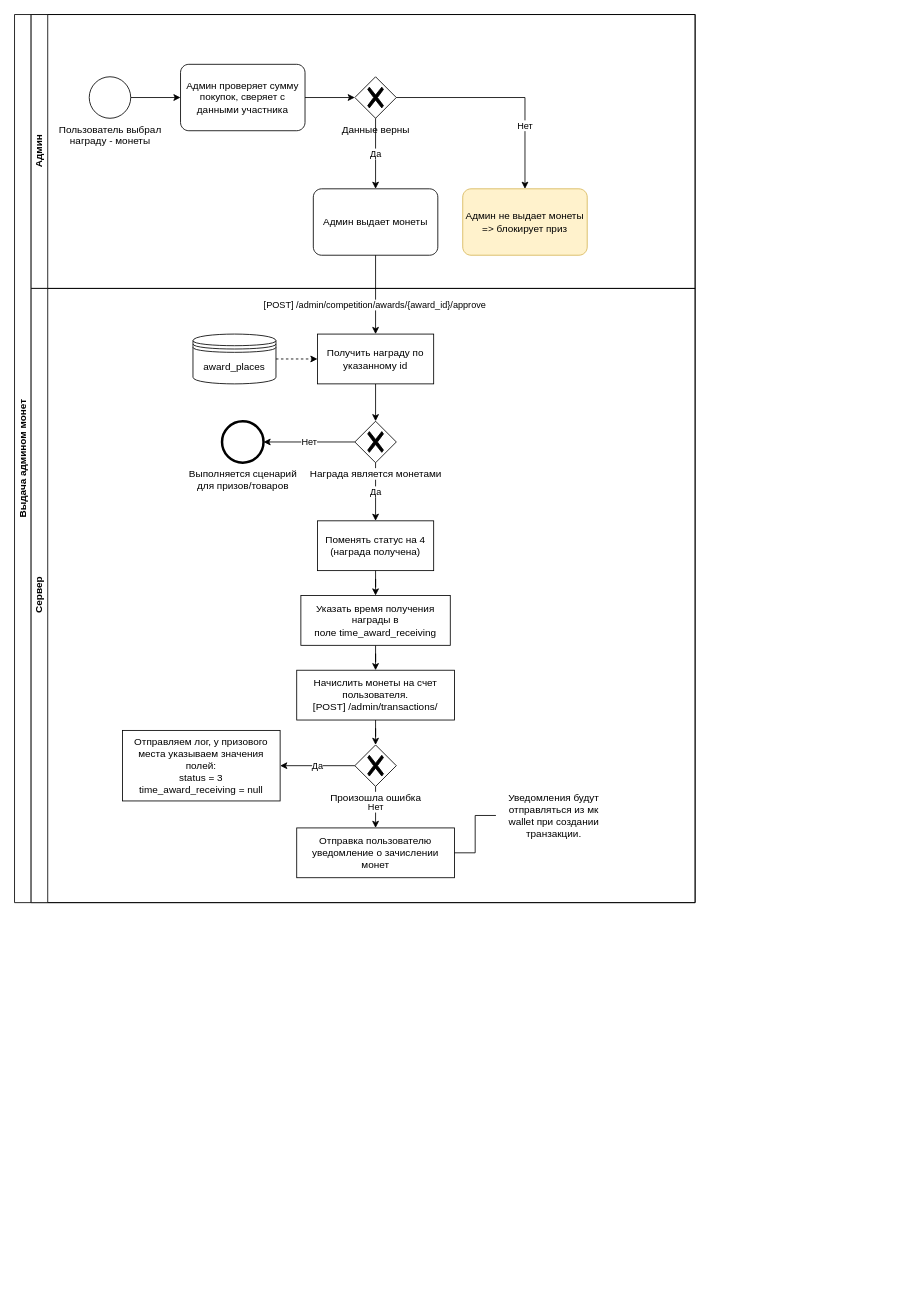
Above: page "Выдача админом монет" (4 of 4) of Награждение участников.drawio in aau8/draw.io (draw.io), before the change. Source tidied: cells renumbered, new cells numbered last; positions are measured from the earlier drawing's top-left corner, leaving out a move shared by most shapes. Both pictures are drawn from the tidied source at 83%, with x=0, y=0 at pixel (14, 14).
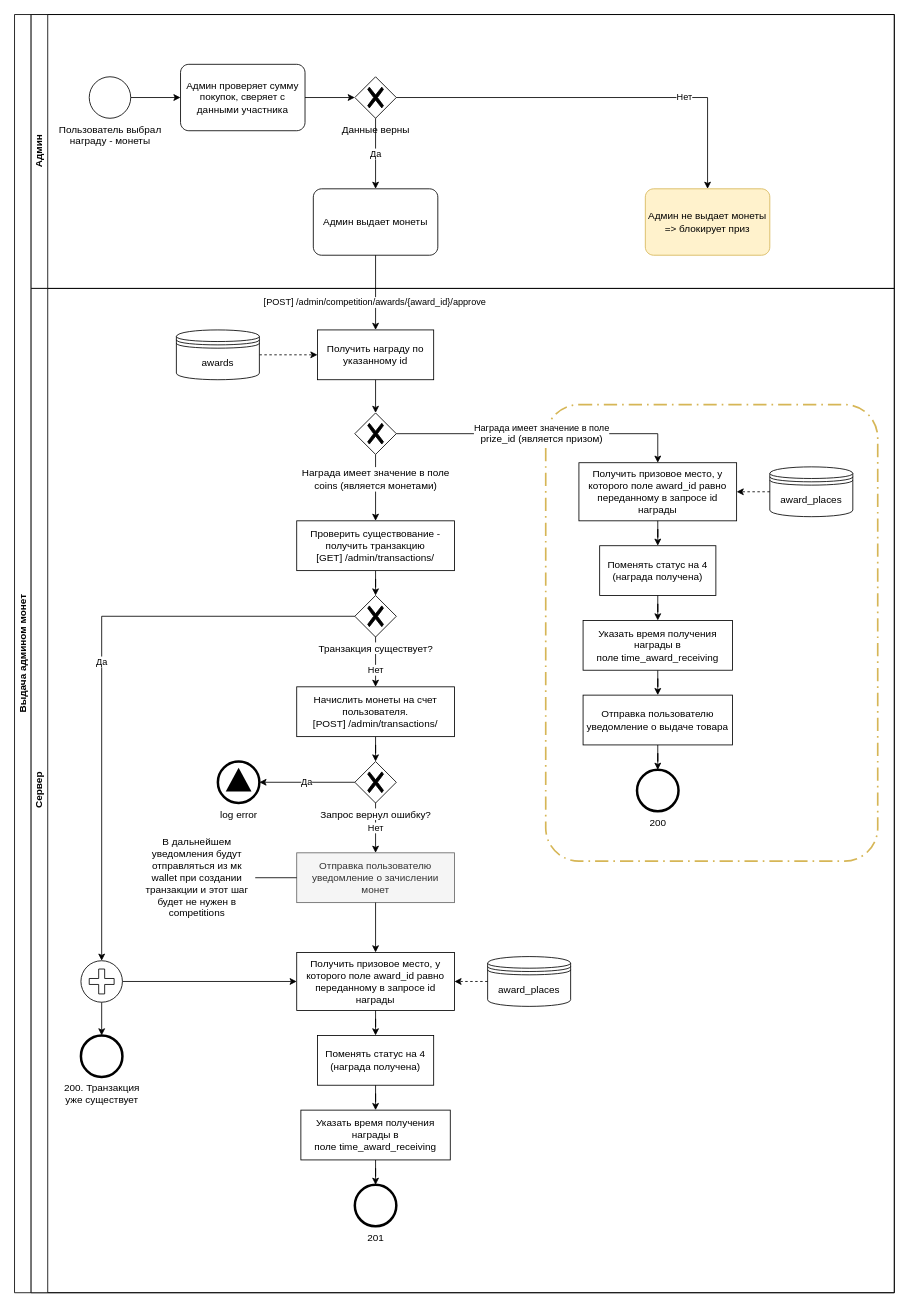
After the change.

The change refers to these unchanged cells:
```xml
<mxCell id="9" value="Админ выдает монеты" style="points=[[0.25,0,0],[0.5,0,0],[0.75,0,0],[1,0.25,0],[1,0.5,0],[1,0.75,0],[0.75,1,0],[0.5,1,0],[0.25,1,0],[0,0.75,0],[0,0.5,0],[0,0.25,0]];shape=mxgraph.bpmn.task;whiteSpace=wrap;rectStyle=rounded;size=10;html=1;taskMarker=abstract;" parent="3" vertex="1">
  <mxGeometry x="340" y="210" width="150" height="80" as="geometry" />
</mxCell>
```

The edit, as a diff of the source:
```diff
@@
     <mxCell id="2" value="Выдача админом монет" style="swimlane;html=1;horizontal=0;startSize=20;whiteSpace=wrap;" parent="1" vertex="1">
-      <mxGeometry width="820" height="1070" as="geometry" />
+      <mxGeometry width="1060" height="1540" as="geometry" />
     </mxCell>
     <mxCell id="3" value="Админ" style="swimlane;html=1;startSize=20;horizontal=0;" parent="2" vertex="1">
-      <mxGeometry x="20" width="800" height="330" as="geometry" />
+      <mxGeometry x="20" width="1040" height="330" as="geometry" />
     </mxCell>
@@
     <mxCell id="10" value="Админ не выдает монеты =&amp;gt; блокирует приз" style="points=[[0.25,0,0],[0.5,0,0],[0.75,0,0],[1,0.25,0],[1,0.5,0],[1,0.75,0],[0.75,1,0],[0.5,1,0],[0.25,1,0],[0,0.75,0],[0,0.5,0],[0,0.25,0]];shape=mxgraph.bpmn.task;whiteSpace=wrap;rectStyle=rounded;size=10;html=1;taskMarker=abstract;fillColor=#fff2cc;strokeColor=#d6b656;" parent="3" vertex="1">
-      <mxGeometry x="520" y="210" width="150" height="80" as="geometry" />
+      <mxGeometry x="740" y="210" width="150" height="80" as="geometry" />
     </mxCell>
@@
+    <mxCell id="36" style="edgeStyle=orthogonalEdgeStyle;rounded=0;jettySize=auto;html=1;" parent="2" edge="1" source="9" target="40">
+      <mxGeometry relative="1" as="geometry" />
+    </mxCell>
+    <mxCell id="37" value="[POST] /admin/competition/awards/{award_id}/approve" style="edgeLabel;html=1;align=center;verticalAlign=middle;" parent="36" vertex="1">
+      <mxGeometry x="0.25" y="-2" relative="1" as="geometry" />
+    </mxCell>
     <mxCell id="13" value="Сервер" style="swimlane;html=1;startSize=20;horizontal=0;" parent="2" vertex="1">
-      <mxGeometry x="20" y="330" width="800" height="740" as="geometry" />
+      <mxGeometry x="20" y="330" width="1040" height="1210" as="geometry" />
     </mxCell>
-    <mxCell id="14" style="edgeStyle=orthogonalEdgeStyle;rounded=0;jettySize=auto;html=1;" parent="13" edge="1" source="15" target="24">
-      <mxGeometry relative="1" as="geometry" />
-    </mxCell>
-    <mxCell id="15" value="Указать время получения награды в поле&amp;nbsp;time_award_receiving" style="whiteSpace=wrap;html=1;" parent="13" vertex="1">
-      <mxGeometry x="325" y="370" width="180" height="60" as="geometry" />
-    </mxCell>
-    <mxCell id="16" value="Поменять статус на 4 (награда получена)" style="whiteSpace=wrap;html=1;" parent="13" vertex="1">
-      <mxGeometry x="345" y="280" width="140" height="60" as="geometry" />
-    </mxCell>
-    <mxCell id="17" style="edgeStyle=orthogonalEdgeStyle;rounded=0;jettySize=auto;html=1;" parent="13" edge="1" source="18" target="26">
-      <mxGeometry relative="1" as="geometry" />
-    </mxCell>
-    <mxCell id="18" value="Получить награду по указанному id" style="whiteSpace=wrap;html=1;" parent="13" vertex="1">
-      <mxGeometry x="345" y="55" width="140" height="60" as="geometry" />
-    </mxCell>
-    <mxCell id="19" style="edgeStyle=orthogonalEdgeStyle;rounded=0;jettySize=auto;html=1;" parent="13" edge="1" source="16" target="15">
-      <mxGeometry relative="1" as="geometry" />
-    </mxCell>
-    <mxCell id="20" value="award_places" style="shape=datastore;whiteSpace=wrap;html=1;" parent="13" vertex="1">
-      <mxGeometry x="195" y="55" width="100" height="60" as="geometry" />
-    </mxCell>
-    <mxCell id="21" style="rounded=0;jettySize=auto;html=1;dashed=1;" parent="13" edge="1" source="20" target="18">
-      <mxGeometry relative="1" as="geometry" />
-    </mxCell>
+    <mxCell id="38" style="rounded=1;arcSize=10;dashed=1;strokeColor=#d6b656;fillColor=none;dashPattern=8 3 1 3;strokeWidth=2;whiteSpace=wrap;html=1;" parent="13" vertex="1">
+      <mxGeometry x="620" y="140" width="400" height="550" as="geometry" />
+    </mxCell>
-    <mxCell id="22" value="Да" style="edgeStyle=orthogonalEdgeStyle;rounded=0;jettySize=auto;html=1;" parent="13" edge="1" source="26" target="16">
-      <mxGeometry relative="1" as="geometry" />
+    <mxCell id="22" value="&lt;span style=&quot;color: rgb(0, 0, 0); font-family: Helvetica; font-size: 12px; font-style: normal; font-variant-ligatures: normal; font-variant-caps: normal; font-weight: 400; letter-spacing: normal; orphans: 2; text-align: center; text-indent: 0px; text-transform: none; widows: 2; word-spacing: 0px; -webkit-text-stroke-width: 0px; background-color: rgb(255, 255, 255); text-decoration-thickness: initial; text-decoration-style: initial; text-decoration-color: initial; float: none; display: inline !important;&quot;&gt;Награда имеет значение в поле&lt;/span&gt;&lt;br style=&quot;border-color: var(--border-color); color: rgb(0, 0, 0); font-family: Helvetica; font-size: 12px; font-style: normal; font-variant-ligatures: normal; font-variant-caps: normal; font-weight: 400; letter-spacing: normal; orphans: 2; text-align: center; text-indent: 0px; text-transform: none; widows: 2; word-spacing: 0px; -webkit-text-stroke-width: 0px; text-decoration-thickness: initial; text-decoration-style: initial; text-decoration-color: initial;&quot;&gt;&lt;span style=&quot;color: rgb(0, 0, 0); font-family: Helvetica; font-size: 12px; font-style: normal; font-variant-ligatures: normal; font-variant-caps: normal; font-weight: 400; letter-spacing: normal; orphans: 2; text-align: center; text-indent: 0px; text-transform: none; widows: 2; word-spacing: 0px; -webkit-text-stroke-width: 0px; background-color: rgb(255, 255, 255); text-decoration-thickness: initial; text-decoration-style: initial; text-decoration-color: initial; float: none; display: inline !important;&quot;&gt;coins (является монетами)&lt;/span&gt;" style="edgeStyle=orthogonalEdgeStyle;rounded=0;jettySize=auto;html=1;" parent="13" edge="1" source="26" target="46">
+      <mxGeometry x="-0.25" relative="1" as="geometry" />
     </mxCell>
@@
     <mxCell id="24" value="Начислить монеты на счет пользователя.&lt;br&gt;[POST]&amp;nbsp;&lt;span style=&quot;text-align: left;&quot;&gt;/admin/transactions/&lt;/span&gt;" style="whiteSpace=wrap;html=1;" parent="13" vertex="1">
-      <mxGeometry x="320" y="460" width="190" height="60" as="geometry" />
+      <mxGeometry x="320" y="480" width="190" height="60" as="geometry" />
     </mxCell>
-    <mxCell id="25" value="Нет" style="edgeStyle=orthogonalEdgeStyle;rounded=0;jettySize=auto;html=1;" parent="13" edge="1" source="26" target="27">
+    <mxCell id="25" value="Награда имеет значение в поле&lt;br style=&quot;border-color: var(--border-color); font-size: 12px;&quot;&gt;&lt;span style=&quot;border-color: var(--border-color); font-size: 12px;&quot;&gt;prize_id (является призом)&lt;/span&gt;" style="edgeStyle=orthogonalEdgeStyle;rounded=0;jettySize=auto;html=1;" parent="13" edge="1" source="26" target="57">
       <mxGeometry relative="1" as="geometry" />
     </mxCell>
-    <mxCell id="26" value="Награда является монетами" style="points=[[0.25,0.25,0],[0.5,0,0],[0.75,0.25,0],[1,0.5,0],[0.75,0.75,0],[0.5,1,0],[0.25,0.75,0],[0,0.5,0]];shape=mxgraph.bpmn.gateway2;html=1;verticalLabelPosition=bottom;labelBackgroundColor=#ffffff;verticalAlign=top;align=center;perimeter=rhombusPerimeter;outlineConnect=0;outline=none;symbol=none;gwType=exclusive;" parent="13" vertex="1">
-      <mxGeometry x="390" y="160" width="50" height="50" as="geometry" />
+    <mxCell id="26" style="points=[[0.25,0.25,0],[0.5,0,0],[0.75,0.25,0],[1,0.5,0],[0.75,0.75,0],[0.5,1,0],[0.25,0.75,0],[0,0.5,0]];shape=mxgraph.bpmn.gateway2;html=1;verticalLabelPosition=bottom;labelBackgroundColor=#ffffff;verticalAlign=top;align=center;perimeter=rhombusPerimeter;outlineConnect=0;outline=none;symbol=none;gwType=exclusive;" parent="13" vertex="1">
+      <mxGeometry x="390" y="150" width="50" height="50" as="geometry" />
     </mxCell>
-    <mxCell id="27" value="Выполняется сценарий&lt;br&gt;для призов/товаров" style="points=[[0.145,0.145,0],[0.5,0,0],[0.855,0.145,0],[1,0.5,0],[0.855,0.855,0],[0.5,1,0],[0.145,0.855,0],[0,0.5,0]];shape=mxgraph.bpmn.event;html=1;verticalLabelPosition=bottom;labelBackgroundColor=#ffffff;verticalAlign=top;align=center;perimeter=ellipsePerimeter;outlineConnect=0;outline=end;symbol=terminate2;" parent="13" vertex="1">
-      <mxGeometry x="230" y="160" width="50" height="50" as="geometry" />
-    </mxCell>
-    <mxCell id="28" value="Да" style="edgeStyle=orthogonalEdgeStyle;rounded=0;jettySize=auto;html=1;" parent="13" edge="1" source="30" target="31">
+    <mxCell id="28" value="Да" style="edgeStyle=orthogonalEdgeStyle;rounded=0;jettySize=auto;html=1;" parent="13" edge="1" source="30" target="50">
       <mxGeometry relative="1" as="geometry" />
     </mxCell>
@@
-    <mxCell id="30" value="Произошла ошибка" style="points=[[0.25,0.25,0],[0.5,0,0],[0.75,0.25,0],[1,0.5,0],[0.75,0.75,0],[0.5,1,0],[0.25,0.75,0],[0,0.5,0]];shape=mxgraph.bpmn.gateway2;html=1;verticalLabelPosition=bottom;labelBackgroundColor=#ffffff;verticalAlign=top;align=center;perimeter=rhombusPerimeter;outlineConnect=0;outline=none;symbol=none;gwType=exclusive;" parent="13" vertex="1">
-      <mxGeometry x="390" y="550" width="50" height="50" as="geometry" />
+    <mxCell id="30" value="Запрос вернул ошибку?" style="points=[[0.25,0.25,0],[0.5,0,0],[0.75,0.25,0],[1,0.5,0],[0.75,0.75,0],[0.5,1,0],[0.25,0.75,0],[0,0.5,0]];shape=mxgraph.bpmn.gateway2;html=1;verticalLabelPosition=bottom;labelBackgroundColor=#ffffff;verticalAlign=top;align=center;perimeter=rhombusPerimeter;outlineConnect=0;outline=none;symbol=none;gwType=exclusive;" parent="13" vertex="1">
+      <mxGeometry x="390" y="570" width="50" height="50" as="geometry" />
     </mxCell>
-    <mxCell id="31" value="Отправляем лог, у призового места указываем значения полей:&lt;br&gt;status = 3&lt;br&gt;time_award_receiving = null" style="whiteSpace=wrap;html=1;" parent="13" vertex="1">
-      <mxGeometry x="110" y="532.5" width="190" height="85" as="geometry" />
-    </mxCell>
-    <mxCell id="32" value="Отправка пользователю уведомление о зачислении монет" style="whiteSpace=wrap;html=1;" parent="13" vertex="1">
-      <mxGeometry x="320" y="650" width="190" height="60" as="geometry" />
+    <mxCell id="32" value="Отправка пользователю уведомление о зачислении монет" style="whiteSpace=wrap;html=1;fillColor=#f5f5f5;fontColor=#333333;strokeColor=#666666;" parent="13" vertex="1">
+      <mxGeometry x="320" y="680" width="190" height="60" as="geometry" />
     </mxCell>
-    <mxCell id="33" style="edgeStyle=orthogonalEdgeStyle;rounded=0;jettySize=auto;html=1;endArrow=none;endFill=0;" parent="13" edge="1" source="34" target="32">
+    <mxCell id="33" style="rounded=0;jettySize=auto;html=1;endArrow=none;endFill=0;" parent="13" edge="1" source="34" target="32">
       <mxGeometry relative="1" as="geometry" />
     </mxCell>
-    <mxCell id="34" value="Уведомления будут отправляться из мк wallet при создании транзакции." style="text;html=1;strokeColor=none;fillColor=none;align=center;verticalAlign=middle;whiteSpace=wrap;rounded=0;" parent="13" vertex="1">
-      <mxGeometry x="560" y="600" width="140" height="70" as="geometry" />
+    <mxCell id="34" value="В дальнейшем уведомления будут отправляться из мк wallet при создании транзакции и этот шаг будет не нужен в competitions" style="text;html=1;strokeColor=none;fillColor=none;align=center;verticalAlign=middle;whiteSpace=wrap;rounded=0;" parent="13" vertex="1">
+      <mxGeometry x="130" y="650" width="140" height="120" as="geometry" />
     </mxCell>
@@
-    <mxCell id="36" style="edgeStyle=orthogonalEdgeStyle;rounded=0;jettySize=auto;html=1;" parent="2" edge="1" source="9" target="18">
-      <mxGeometry relative="1" as="geometry" />
-    </mxCell>
-    <mxCell id="37" value="[POST] /admin/competition/awards/{award_id}/approve" style="edgeLabel;html=1;align=center;verticalAlign=middle;" parent="36" vertex="1">
-      <mxGeometry x="0.25" y="-2" relative="1" as="geometry" />
-    </mxCell>
+    <mxCell id="39" style="edgeStyle=orthogonalEdgeStyle;rounded=0;jettySize=auto;html=1;" parent="13" edge="1" source="40" target="26">
+      <mxGeometry relative="1" as="geometry" />
+    </mxCell>
+    <mxCell id="40" value="Получить награду по указанному id" style="whiteSpace=wrap;html=1;" parent="13" vertex="1">
+      <mxGeometry x="345" y="50" width="140" height="60" as="geometry" />
+    </mxCell>
+    <mxCell id="41" style="edgeStyle=orthogonalEdgeStyle;rounded=0;jettySize=auto;html=1;dashed=1;" parent="13" edge="1" source="42" target="40">
+      <mxGeometry relative="1" as="geometry" />
+    </mxCell>
+    <mxCell id="42" value="awards" style="shape=datastore;whiteSpace=wrap;html=1;" parent="13" vertex="1">
+      <mxGeometry x="175" y="50" width="100" height="60" as="geometry" />
+    </mxCell>
+    <mxCell id="20" value="award_places" style="shape=datastore;whiteSpace=wrap;html=1;" parent="13" vertex="1">
+      <mxGeometry x="550" y="805" width="100" height="60" as="geometry" />
+    </mxCell>
+    <mxCell id="18" value="Получить призовое место, у которого поле award_id равно переданному в запросе id награды" style="whiteSpace=wrap;html=1;" parent="13" vertex="1">
+      <mxGeometry x="320" y="800" width="190" height="70" as="geometry" />
+    </mxCell>
+    <mxCell id="16" value="Поменять статус на 4 (награда получена)" style="whiteSpace=wrap;html=1;" parent="13" vertex="1">
+      <mxGeometry x="345" y="900" width="140" height="60" as="geometry" />
+    </mxCell>
+    <mxCell id="43" style="edgeStyle=orthogonalEdgeStyle;rounded=0;jettySize=auto;html=1;" parent="13" edge="1" source="15" target="55">
+      <mxGeometry relative="1" as="geometry" />
+    </mxCell>
+    <mxCell id="15" value="Указать время получения награды в поле&amp;nbsp;time_award_receiving" style="whiteSpace=wrap;html=1;" parent="13" vertex="1">
+      <mxGeometry x="325" y="990" width="180" height="60" as="geometry" />
+    </mxCell>
+    <mxCell id="21" style="rounded=0;jettySize=auto;html=1;dashed=1;" parent="13" edge="1" source="20" target="18">
+      <mxGeometry relative="1" as="geometry" />
+    </mxCell>
+    <mxCell id="17" style="edgeStyle=orthogonalEdgeStyle;rounded=0;jettySize=auto;html=1;" parent="13" edge="1" source="18" target="16">
+      <mxGeometry relative="1" as="geometry" />
+    </mxCell>
+    <mxCell id="19" style="edgeStyle=orthogonalEdgeStyle;rounded=0;jettySize=auto;html=1;" parent="13" edge="1" source="16" target="15">
+      <mxGeometry relative="1" as="geometry" />
+    </mxCell>
+    <mxCell id="44" style="edgeStyle=orthogonalEdgeStyle;rounded=0;jettySize=auto;html=1;" parent="13" edge="1" source="32" target="18">
+      <mxGeometry relative="1" as="geometry" />
+    </mxCell>
+    <mxCell id="45" style="edgeStyle=orthogonalEdgeStyle;rounded=0;jettySize=auto;html=1;" parent="13" edge="1" source="46" target="49">
+      <mxGeometry relative="1" as="geometry" />
+    </mxCell>
+    <mxCell id="46" value="Проверить существование - получить транзакцию&lt;br&gt;[GET] /admin/transactions/" style="whiteSpace=wrap;html=1;" parent="13" vertex="1">
+      <mxGeometry x="320" y="280" width="190" height="60" as="geometry" />
+    </mxCell>
+    <mxCell id="47" value="Нет" style="edgeStyle=orthogonalEdgeStyle;rounded=0;jettySize=auto;html=1;" parent="13" edge="1" source="49" target="24">
+      <mxGeometry x="0.33" relative="1" as="geometry" />
+    </mxCell>
+    <mxCell id="48" value="Да" style="edgeStyle=orthogonalEdgeStyle;rounded=0;jettySize=auto;html=1;" parent="13" edge="1" source="49" target="54">
+      <mxGeometry relative="1" as="geometry" />
+    </mxCell>
+    <mxCell id="49" value="Транзакция существует?" style="points=[[0.25,0.25,0],[0.5,0,0],[0.75,0.25,0],[1,0.5,0],[0.75,0.75,0],[0.5,1,0],[0.25,0.75,0],[0,0.5,0]];shape=mxgraph.bpmn.gateway2;html=1;verticalLabelPosition=bottom;labelBackgroundColor=#ffffff;verticalAlign=top;align=center;perimeter=rhombusPerimeter;outlineConnect=0;outline=none;symbol=none;gwType=exclusive;" parent="13" vertex="1">
+      <mxGeometry x="390" y="370" width="50" height="50" as="geometry" />
+    </mxCell>
+    <mxCell id="50" value="log error" style="points=[[0.145,0.145,0],[0.5,0,0],[0.855,0.145,0],[1,0.5,0],[0.855,0.855,0],[0.5,1,0],[0.145,0.855,0],[0,0.5,0]];shape=mxgraph.bpmn.event;html=1;verticalLabelPosition=bottom;labelBackgroundColor=#ffffff;verticalAlign=top;align=center;perimeter=ellipsePerimeter;outlineConnect=0;outline=end;symbol=signal;" parent="13" vertex="1">
+      <mxGeometry x="225" y="570" width="50" height="50" as="geometry" />
+    </mxCell>
+    <mxCell id="51" value="200. Транзакция&lt;br&gt;уже существует" style="points=[[0.145,0.145,0],[0.5,0,0],[0.855,0.145,0],[1,0.5,0],[0.855,0.855,0],[0.5,1,0],[0.145,0.855,0],[0,0.5,0]];shape=mxgraph.bpmn.event;html=1;verticalLabelPosition=bottom;labelBackgroundColor=#ffffff;verticalAlign=top;align=center;perimeter=ellipsePerimeter;outlineConnect=0;outline=end;symbol=terminate2;" parent="13" vertex="1">
+      <mxGeometry x="60" y="900" width="50" height="50" as="geometry" />
+    </mxCell>
+    <mxCell id="52" style="edgeStyle=orthogonalEdgeStyle;rounded=0;jettySize=auto;html=1;" parent="13" edge="1" source="54" target="51">
+      <mxGeometry relative="1" as="geometry" />
+    </mxCell>
+    <mxCell id="53" style="edgeStyle=orthogonalEdgeStyle;rounded=0;jettySize=auto;html=1;" parent="13" edge="1" source="54" target="18">
+      <mxGeometry relative="1" as="geometry" />
+    </mxCell>
+    <mxCell id="54" style="points=[[0.145,0.145,0],[0.5,0,0],[0.855,0.145,0],[1,0.5,0],[0.855,0.855,0],[0.5,1,0],[0.145,0.855,0],[0,0.5,0]];shape=mxgraph.bpmn.event;html=1;verticalLabelPosition=bottom;labelBackgroundColor=#ffffff;verticalAlign=top;align=center;perimeter=ellipsePerimeter;outlineConnect=0;outline=eventInt;symbol=parallelMultiple;" parent="13" vertex="1">
+      <mxGeometry x="60" y="810" width="50" height="50" as="geometry" />
+    </mxCell>
+    <mxCell id="55" value="201" style="points=[[0.145,0.145,0],[0.5,0,0],[0.855,0.145,0],[1,0.5,0],[0.855,0.855,0],[0.5,1,0],[0.145,0.855,0],[0,0.5,0]];shape=mxgraph.bpmn.event;html=1;verticalLabelPosition=bottom;labelBackgroundColor=#ffffff;verticalAlign=top;align=center;perimeter=ellipsePerimeter;outlineConnect=0;outline=end;symbol=terminate2;" parent="13" vertex="1">
+      <mxGeometry x="390" y="1080" width="50" height="50" as="geometry" />
+    </mxCell>
+    <mxCell id="56" value="award_places" style="shape=datastore;whiteSpace=wrap;html=1;" parent="13" vertex="1">
+      <mxGeometry x="890" y="215" width="100" height="60" as="geometry" />
+    </mxCell>
+    <mxCell id="57" value="Получить призовое место, у которого поле award_id равно переданному в запросе id награды" style="whiteSpace=wrap;html=1;" parent="13" vertex="1">
+      <mxGeometry x="660" y="210" width="190" height="70" as="geometry" />
+    </mxCell>
+    <mxCell id="58" value="Поменять статус на 4 (награда получена)" style="whiteSpace=wrap;html=1;" parent="13" vertex="1">
+      <mxGeometry x="685" y="310" width="140" height="60" as="geometry" />
+    </mxCell>
+    <mxCell id="59" style="edgeStyle=orthogonalEdgeStyle;rounded=0;jettySize=auto;html=1;" parent="13" edge="1" source="60" target="66">
+      <mxGeometry relative="1" as="geometry" />
+    </mxCell>
+    <mxCell id="60" value="Указать время получения награды в поле&amp;nbsp;time_award_receiving" style="whiteSpace=wrap;html=1;" parent="13" vertex="1">
+      <mxGeometry x="665" y="400" width="180" height="60" as="geometry" />
+    </mxCell>
+    <mxCell id="61" style="rounded=0;jettySize=auto;html=1;dashed=1;" parent="13" edge="1" source="56" target="57">
+      <mxGeometry relative="1" as="geometry" />
+    </mxCell>
+    <mxCell id="62" style="edgeStyle=orthogonalEdgeStyle;rounded=0;jettySize=auto;html=1;" parent="13" edge="1" source="57" target="58">
+      <mxGeometry relative="1" as="geometry" />
+    </mxCell>
+    <mxCell id="63" style="edgeStyle=orthogonalEdgeStyle;rounded=0;jettySize=auto;html=1;" parent="13" edge="1" source="58" target="60">
+      <mxGeometry relative="1" as="geometry" />
+    </mxCell>
+    <mxCell id="64" value="200" style="points=[[0.145,0.145,0],[0.5,0,0],[0.855,0.145,0],[1,0.5,0],[0.855,0.855,0],[0.5,1,0],[0.145,0.855,0],[0,0.5,0]];shape=mxgraph.bpmn.event;html=1;verticalLabelPosition=bottom;labelBackgroundColor=#ffffff;verticalAlign=top;align=center;perimeter=ellipsePerimeter;outlineConnect=0;outline=end;symbol=terminate2;" parent="13" vertex="1">
+      <mxGeometry x="730" y="580" width="50" height="50" as="geometry" />
+    </mxCell>
+    <mxCell id="65" style="edgeStyle=orthogonalEdgeStyle;rounded=0;jettySize=auto;html=1;" parent="13" edge="1" source="66" target="64">
+      <mxGeometry relative="1" as="geometry" />
+    </mxCell>
+    <mxCell id="66" value="Отправка пользователю уведомление о выдаче товара" style="whiteSpace=wrap;html=1;" parent="13" vertex="1">
+      <mxGeometry x="665" y="490" width="180" height="60" as="geometry" />
+    </mxCell>
```
